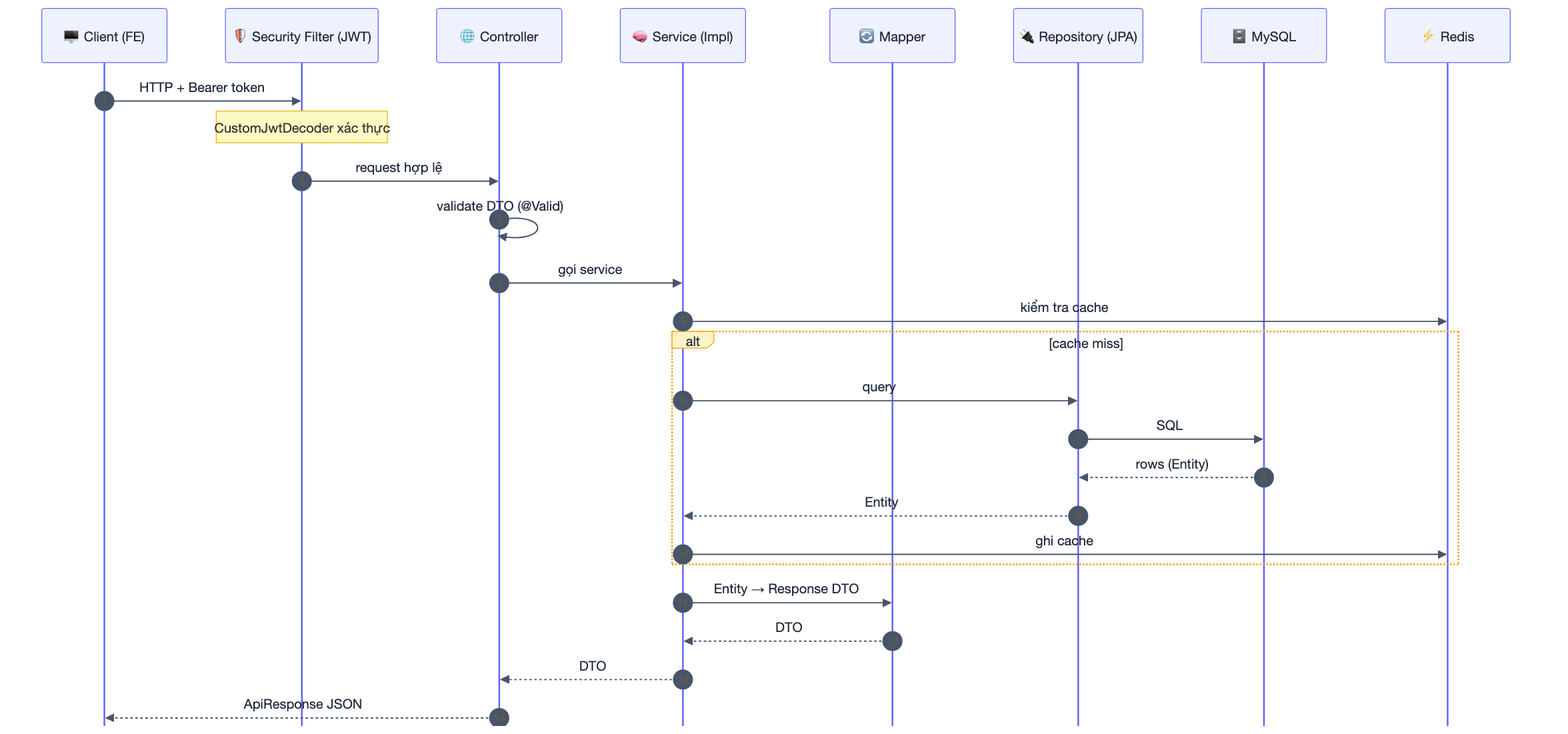
Before: diagrams/be/png/03-request-flow.png, a diagram exported from Mermaid (huynhtranty/smartrent-report). Its source is kept beside it as diagrams/be/src/03-request-flow.mmd. The source it was exported from:
```mermaid
sequenceDiagram
    autonumber
    participant C as 🖥️ Client (FE)
    participant F as 🛡️ Security Filter (JWT)
    participant Ctrl as 🌐 Controller
    participant S as 🧠 Service (Impl)
    participant M as 🔄 Mapper
    participant R as 🔌 Repository (JPA)
    participant DB as 🗄️ MySQL
    participant Ca as ⚡ Redis
    C->>F: HTTP + Bearer token
    Note over F: CustomJwtDecoder xác thực
    F->>Ctrl: request hợp lệ
    Ctrl->>Ctrl: validate DTO (@Valid)
    Ctrl->>S: gọi service
    S->>Ca: kiểm tra cache
    alt cache miss
        S->>R: query
        R->>DB: SQL
        DB-->>R: rows (Entity)
        R-->>S: Entity
        S->>Ca: ghi cache
    end
    S->>M: Entity → Response DTO
    M-->>S: DTO
    S-->>Ctrl: DTO
    Ctrl-->>C: ApiResponse JSON
```
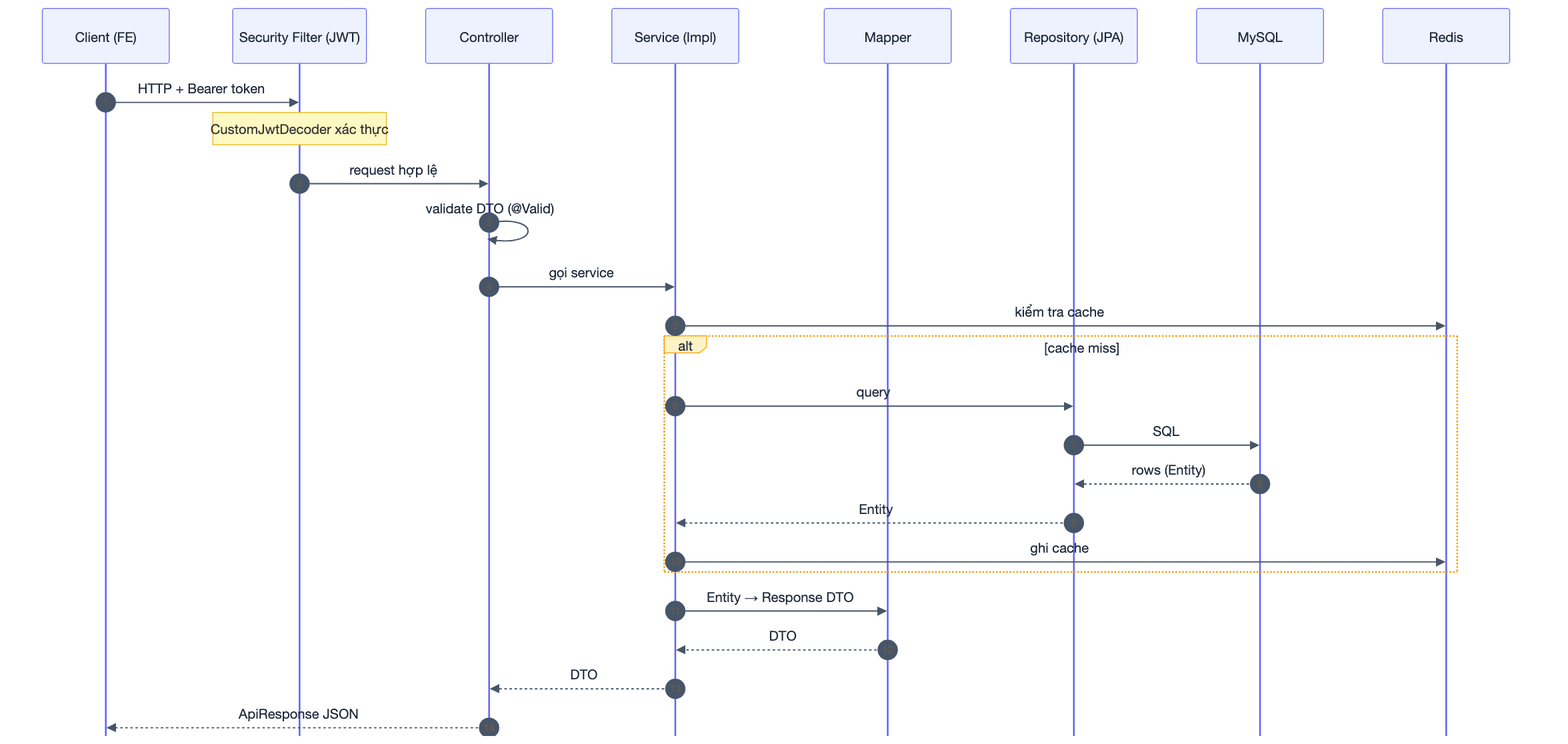
Above is the later version.

Diff of the diagram source:
```diff
@@ -1,27 +1,27 @@
 sequenceDiagram
-    autonumber
-    participant C as 🖥️ Client (FE)
-    participant F as 🛡️ Security Filter (JWT)
-    participant Ctrl as 🌐 Controller
-    participant S as 🧠 Service (Impl)
-    participant M as 🔄 Mapper
-    participant R as 🔌 Repository (JPA)
-    participant DB as 🗄️ MySQL
-    participant Ca as ⚡ Redis
-    C->>F: HTTP + Bearer token
-    Note over F: CustomJwtDecoder xác thực
-    F->>Ctrl: request hợp lệ
-    Ctrl->>Ctrl: validate DTO (@Valid)
-    Ctrl->>S: gọi service
-    S->>Ca: kiểm tra cache
-    alt cache miss
-        S->>R: query
-        R->>DB: SQL
-        DB-->>R: rows (Entity)
-        R-->>S: Entity
-        S->>Ca: ghi cache
-    end
-    S->>M: Entity → Response DTO
-    M-->>S: DTO
-    S-->>Ctrl: DTO
-    Ctrl-->>C: ApiResponse JSON
+ autonumber
+ participant C as Client (FE)
+ participant F as Security Filter (JWT)
+ participant Ctrl as Controller
+ participant S as Service (Impl)
+ participant M as Mapper
+ participant R as Repository (JPA)
+ participant DB as MySQL
+ participant Ca as Redis
+ C->>F: HTTP + Bearer token
+ Note over F: CustomJwtDecoder xác thực
+ F->>Ctrl: request hợp lệ
+ Ctrl->>Ctrl: validate DTO (@Valid)
+ Ctrl->>S: gọi service
+ S->>Ca: kiểm tra cache
+ alt cache miss
+ S->>R: query
+ R->>DB: SQL
+ DB-->>R: rows (Entity)
+ R-->>S: Entity
+ S->>Ca: ghi cache
+ end
+ S->>M: Entity → Response DTO
+ M-->>S: DTO
+ S-->>Ctrl: DTO
+ Ctrl-->>C: ApiResponse JSON
```
